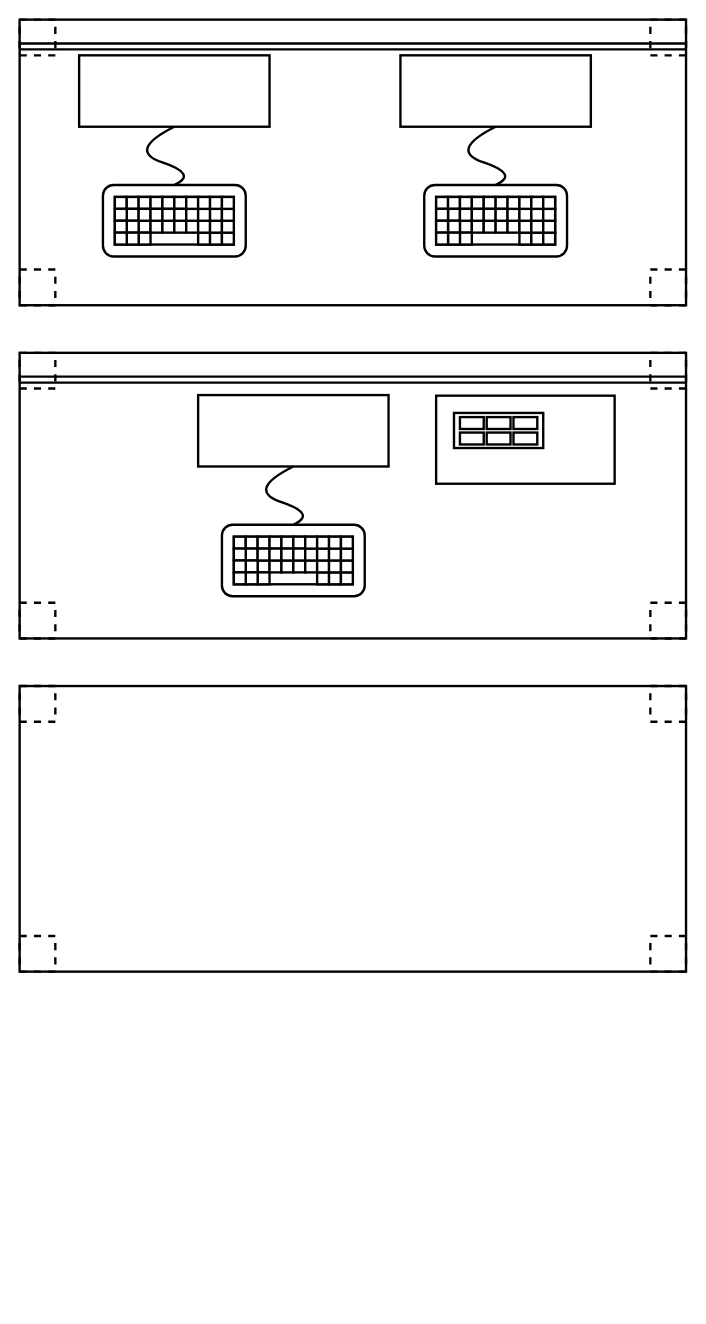
Earlier version of the draw.io diagram Assets/Sprites/Tables/Tische.drawio (dviererbe/SVENSimulation). Source tidied: cells renumbered, new cells numbered last; positions are measured from the earlier drawing's top-left corner, leaving out a move shared by most shapes. Both pictures are drawn from the tidied source at 119%, with x=0, y=0 at pixel (19, 19).
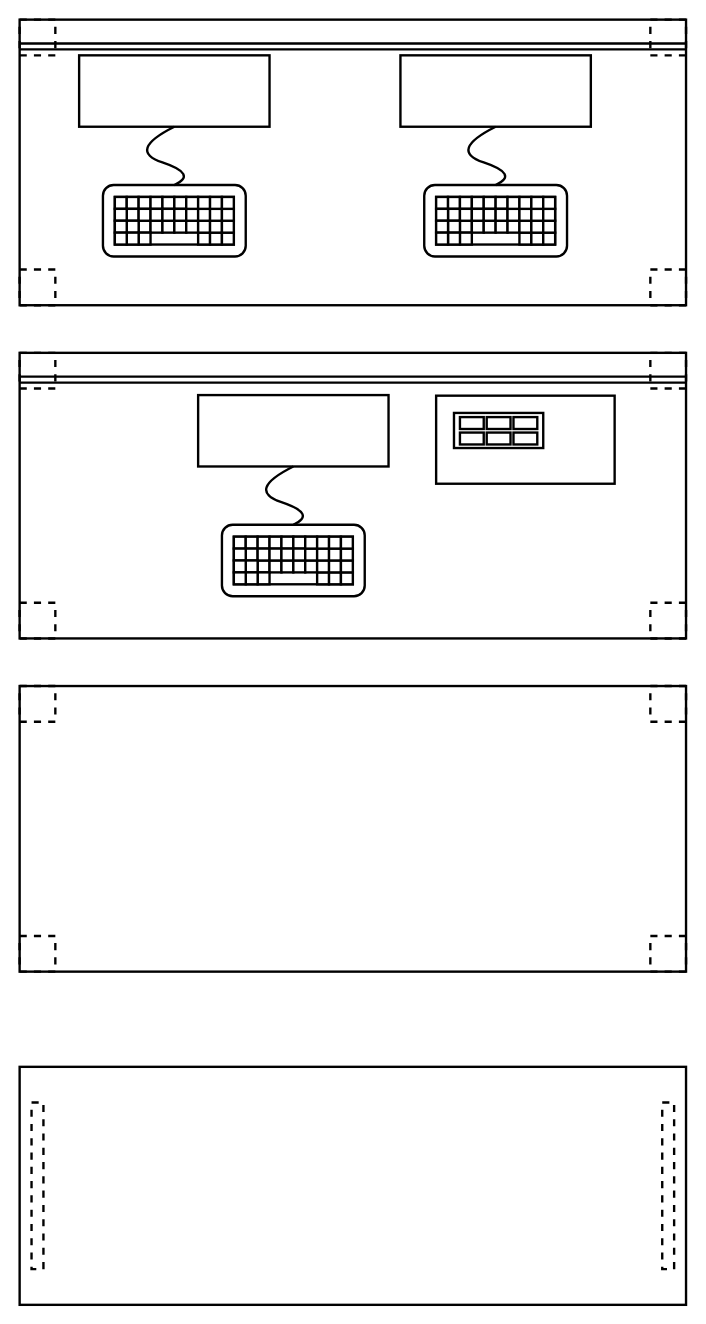
After the change.

Diff of the diagram source:
```diff
@@
+    <mxCell id="147" style="rounded=0;whiteSpace=wrap;html=1;fillColor=none;strokeWidth=2;" parent="1" vertex="1">
+      <mxGeometry y="880" width="560" height="200" as="geometry" />
+    </mxCell>
+    <mxCell id="148" style="rounded=0;whiteSpace=wrap;html=1;strokeWidth=2;fillColor=none;dashed=1;" parent="1" vertex="1">
+      <mxGeometry x="10" y="910" width="10" height="140" as="geometry" />
+    </mxCell>
+    <mxCell id="149" style="rounded=0;whiteSpace=wrap;html=1;strokeWidth=2;fillColor=none;dashed=1;" parent="1" vertex="1">
+      <mxGeometry x="540" y="910" width="10" height="140" as="geometry" />
+    </mxCell>
```
